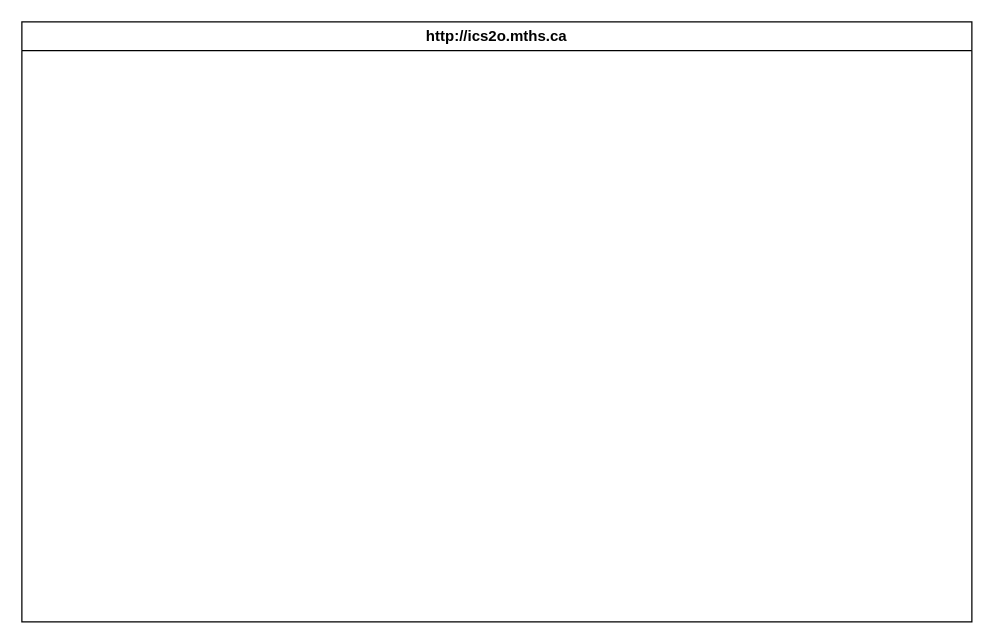
The draw.io diagram design/storyboard.drawio in MTHS-ICD2O-1-2023/ICD2O-Unit-5-03-fetuha-gebremekeal, before the edit. Source tidied: cells renumbered, new cells numbered last; positions are measured from the earlier drawing's top-left corner, leaving out a move shared by most shapes. Both pictures are drawn from the tidied source at 125%, with x=0, y=0 at pixel (21, 21).
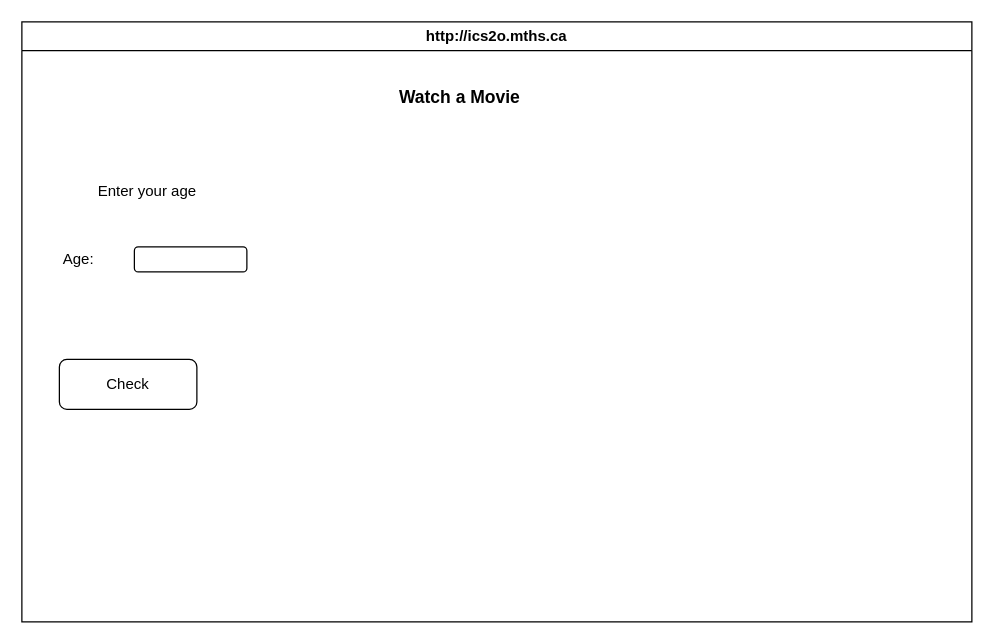
The same diagram, later.

Diff of the diagram source:
```diff
@@
 <mxGraphModel>
   <root>
     <mxCell id="0" />
     <mxCell id="1" parent="0" />
     <mxCell id="2" value="http://ics2o.mths.ca" style="swimlane;whiteSpace=wrap;html=1;" parent="1" vertex="1">
       <mxGeometry width="760" height="480" as="geometry" />
     </mxCell>
+    <mxCell id="3" value="&lt;font style=&quot;font-size: 12px;&quot;&gt;Enter your age&lt;/font&gt;" style="text;html=1;align=center;verticalAlign=middle;strokeColor=none;fillColor=none;fontSize=14;" parent="2" vertex="1">
+      <mxGeometry x="50" y="120" width="100" height="30" as="geometry" />
+    </mxCell>
+    <mxCell id="4" value="Age:" style="text;html=1;align=center;verticalAlign=middle;strokeColor=none;fillColor=none;fontSize=12;" parent="2" vertex="1">
+      <mxGeometry x="20" y="175" width="50" height="30" as="geometry" />
+    </mxCell>
+    <mxCell id="5" value="Check" style="rounded=1;whiteSpace=wrap;html=1;fontSize=12;" parent="2" vertex="1">
+      <mxGeometry x="30" y="270" width="110" height="40" as="geometry" />
+    </mxCell>
+    <mxCell id="6" value="&lt;font style=&quot;font-size: 14px;&quot;&gt;&lt;b&gt;Watch a Movie&lt;/b&gt;&lt;/font&gt;" style="text;html=1;align=center;verticalAlign=middle;strokeColor=none;fillColor=none;" parent="1" vertex="1">
+      <mxGeometry x="290" y="45" width="120" height="30" as="geometry" />
+    </mxCell>
+    <mxCell id="7" style="rounded=1;whiteSpace=wrap;html=1;fontSize=12;" parent="1" vertex="1">
+      <mxGeometry x="90" y="180" width="90" height="20" as="geometry" />
+    </mxCell>
   </root>
 </mxGraphModel>
```
